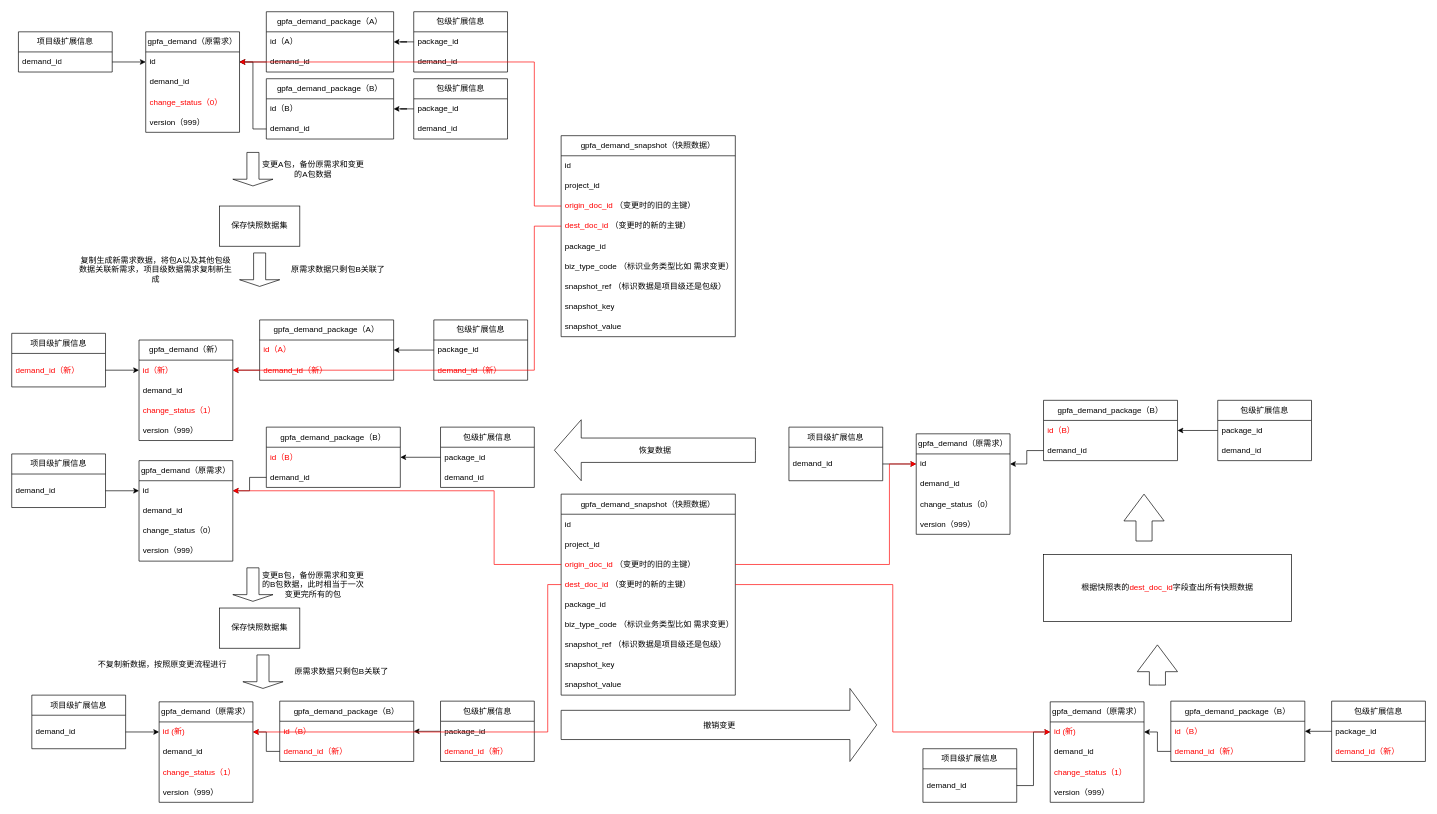
Before: open_modify_not_package.drawio in dernight1/draw.io, a draw.io diagram. Source tidied: cells renumbered, new cells numbered last; positions are measured from the earlier drawing's top-left corner, leaving out a move shared by most shapes. Both pictures are drawn from the tidied source at 67%, with x=0, y=0 at pixel (11, 11).
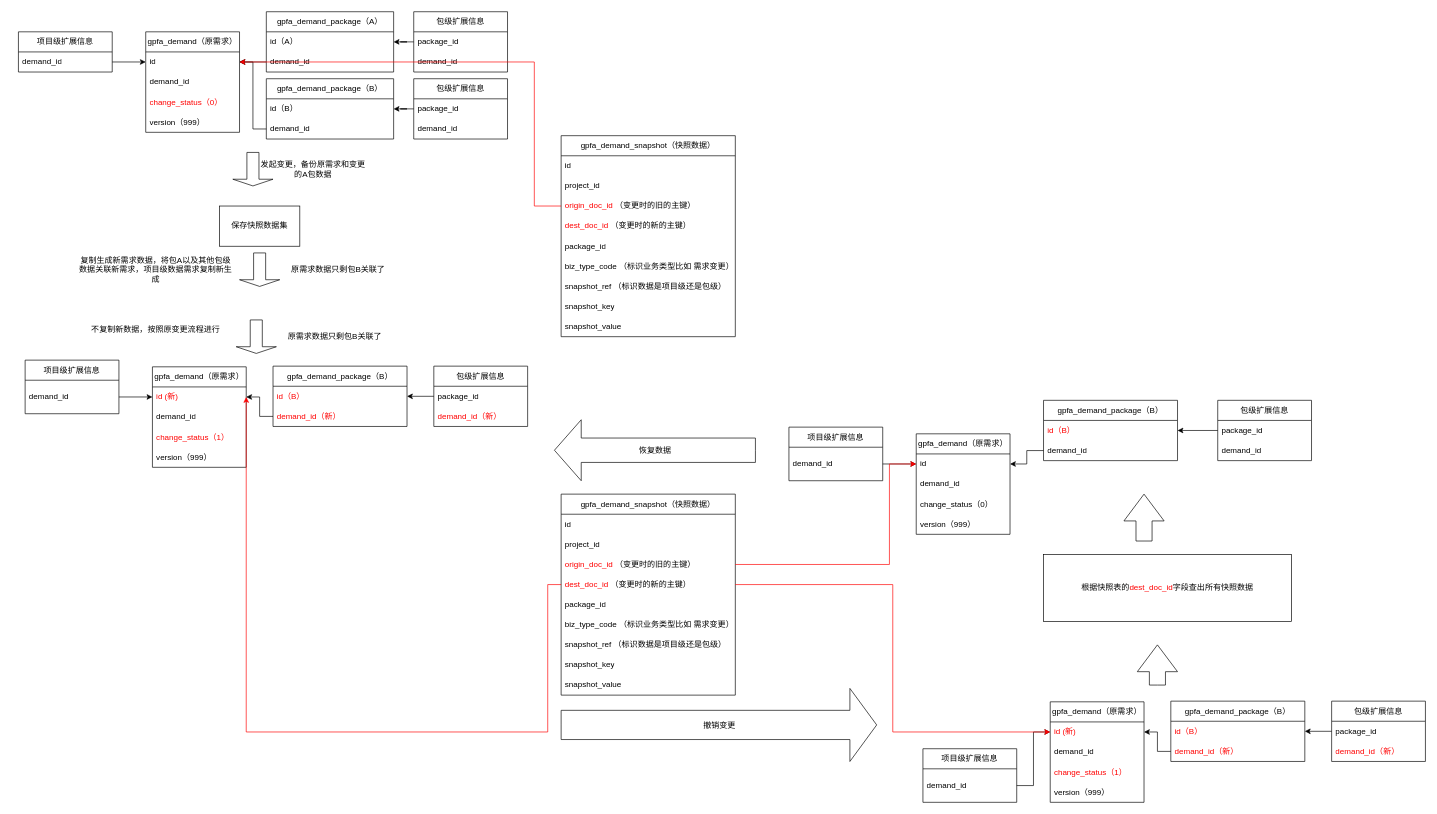
Above is the later version.

The change refers to these unchanged cells:
```xml
<mxCell id="88" value="&lt;font color=&quot;#ff0000&quot;&gt;dest_doc_id&lt;/font&gt; （变更时的新的主键）" style="text;strokeColor=none;fillColor=none;align=left;verticalAlign=middle;spacingLeft=4;spacingRight=4;overflow=hidden;points=[[0,0.5],[1,0.5]];portConstraint=eastwest;whiteSpace=wrap;html=1;" parent="84" vertex="1">
  <mxGeometry y="120" width="260" height="30" as="geometry" />
</mxCell>
<mxCell id="100" value="&lt;font color=&quot;#ff0000&quot;&gt;origin_doc_id&lt;/font&gt; （变更时的旧的主键）" style="text;strokeColor=none;fillColor=none;align=left;verticalAlign=middle;spacingLeft=4;spacingRight=4;overflow=hidden;points=[[0,0.5],[1,0.5]];portConstraint=eastwest;whiteSpace=wrap;html=1;" parent="97" vertex="1">
  <mxGeometry y="90" width="260" height="30" as="geometry" />
</mxCell>
```

Diff of the diagram source:
```diff
@@
-    <mxCell id="18" value="gpfa_demand（新）" style="swimlane;fontStyle=0;horizontal=1;startSize=30;whiteSpace=wrap;html=1;" parent="1" vertex="1">
-      <mxGeometry x="190" y="490" width="140" height="150" as="geometry" />
-    </mxCell>
-    <mxCell id="19" value="&lt;font color=&quot;#ff0000&quot;&gt;id（新）&lt;/font&gt;" style="text;strokeColor=none;fillColor=none;align=left;verticalAlign=middle;spacingLeft=4;spacingRight=4;overflow=hidden;points=[[0,0.5],[1,0.5]];portConstraint=eastwest;whiteSpace=wrap;html=1;" parent="18" vertex="1">
-      <mxGeometry y="30" width="140" height="30" as="geometry" />
-    </mxCell>
-    <mxCell id="20" value="&lt;div&gt;demand_id&lt;/div&gt;" style="text;strokeColor=none;fillColor=none;align=left;verticalAlign=middle;spacingLeft=4;spacingRight=4;overflow=hidden;whiteSpace=wrap;html=1;" parent="18" vertex="1">
-      <mxGeometry y="60" width="140" height="30" as="geometry" />
-    </mxCell>
-    <mxCell id="21" value="&lt;font color=&quot;#ff0000&quot;&gt;change_status（1）&lt;/font&gt;" style="text;strokeColor=none;fillColor=none;align=left;verticalAlign=middle;spacingLeft=4;spacingRight=4;overflow=hidden;whiteSpace=wrap;html=1;" parent="18" vertex="1">
-      <mxGeometry y="90" width="140" height="30" as="geometry" />
-    </mxCell>
-    <mxCell id="22" value="version（999）" style="text;strokeColor=none;fillColor=none;align=left;verticalAlign=middle;spacingLeft=4;spacingRight=4;overflow=hidden;whiteSpace=wrap;html=1;" parent="18" vertex="1">
-      <mxGeometry y="120" width="140" height="30" as="geometry" />
-    </mxCell>
-    <mxCell id="23" value="gpfa_demand_package（A）" style="swimlane;fontStyle=0;horizontal=1;startSize=30;whiteSpace=wrap;html=1;" parent="1" vertex="1">
-      <mxGeometry x="370" y="460" width="200" height="90" as="geometry" />
-    </mxCell>
-    <mxCell id="24" value="&lt;font color=&quot;#ff0000&quot;&gt;id（A）&lt;/font&gt;" style="text;strokeColor=none;fillColor=none;align=left;verticalAlign=middle;spacingLeft=4;spacingRight=4;overflow=hidden;points=[[0,0.5],[1,0.5]];portConstraint=eastwest;whiteSpace=wrap;html=1;" parent="23" vertex="1">
-      <mxGeometry y="30" width="200" height="30" as="geometry" />
-    </mxCell>
-    <mxCell id="25" value="&lt;div&gt;&lt;font color=&quot;#ff0000&quot;&gt;demand_id（新）&lt;/font&gt;&lt;/div&gt;" style="text;strokeColor=none;fillColor=none;align=left;verticalAlign=middle;spacingLeft=4;spacingRight=4;overflow=hidden;points=[[0,0.5],[1,0.5]];portConstraint=eastwest;whiteSpace=wrap;html=1;" parent="23" vertex="1">
-      <mxGeometry y="60" width="200" height="30" as="geometry" />
-    </mxCell>
-    <mxCell id="26" value="包级扩展信息" style="swimlane;fontStyle=0;horizontal=1;startSize=30;whiteSpace=wrap;html=1;" parent="1" vertex="1">
-      <mxGeometry x="630" y="460" width="140" height="90" as="geometry" />
-    </mxCell>
-    <mxCell id="27" value="package_id" style="text;strokeColor=none;fillColor=none;align=left;verticalAlign=middle;spacingLeft=4;spacingRight=4;overflow=hidden;points=[[0,0.5],[1,0.5]];portConstraint=eastwest;whiteSpace=wrap;html=1;" parent="26" vertex="1">
-      <mxGeometry y="30" width="140" height="30" as="geometry" />
-    </mxCell>
-    <mxCell id="28" value="&lt;div&gt;&lt;font color=&quot;#ff0000&quot;&gt;demand_id（新）&lt;/font&gt;&lt;/div&gt;" style="text;strokeColor=none;fillColor=none;align=left;verticalAlign=middle;spacingLeft=4;spacingRight=4;overflow=hidden;whiteSpace=wrap;html=1;" parent="26" vertex="1">
-      <mxGeometry y="60" width="140" height="30" as="geometry" />
-    </mxCell>
-    <mxCell id="29" value="项目级扩展信息" style="swimlane;fontStyle=0;horizontal=1;startSize=30;whiteSpace=wrap;html=1;" parent="1" vertex="1">
-      <mxGeometry y="480" width="140" height="80" as="geometry" />
-    </mxCell>
-    <mxCell id="30" value="&lt;div&gt;&lt;font color=&quot;#ff0000&quot;&gt;demand_id（新）&lt;/font&gt;&lt;/div&gt;" style="text;strokeColor=none;fillColor=none;align=left;verticalAlign=middle;spacingLeft=4;spacingRight=4;overflow=hidden;points=[[0,0.5],[1,0.5]];portConstraint=eastwest;whiteSpace=wrap;html=1;" parent="29" vertex="1">
-      <mxGeometry y="30" width="140" height="50" as="geometry" />
-    </mxCell>
-    <mxCell id="31" style="edgeStyle=orthogonalEdgeStyle;rounded=0;jettySize=auto;html=1;" parent="1" edge="1" source="30" target="19">
-      <mxGeometry relative="1" as="geometry" />
-    </mxCell>
-    <mxCell id="32" style="edgeStyle=orthogonalEdgeStyle;rounded=0;jettySize=auto;html=1;entryX=1;entryY=0.5;entryDx=0;entryDy=0;" parent="1" edge="1" source="25" target="19">
-      <mxGeometry relative="1" as="geometry" />
-    </mxCell>
-    <mxCell id="33" style="edgeStyle=orthogonalEdgeStyle;rounded=0;jettySize=auto;html=1;" parent="1" edge="1" source="27" target="24">
-      <mxGeometry relative="1" as="geometry" />
-    </mxCell>
@@
-    <mxCell id="42" value="gpfa_demand（原需求）" style="swimlane;fontStyle=0;horizontal=1;startSize=30;whiteSpace=wrap;html=1;" parent="1" vertex="1">
-      <mxGeometry x="190" y="670" width="140" height="150" as="geometry" />
-    </mxCell>
-    <mxCell id="43" value="id" style="text;strokeColor=none;fillColor=none;align=left;verticalAlign=middle;spacingLeft=4;spacingRight=4;overflow=hidden;points=[[0,0.5],[1,0.5]];portConstraint=eastwest;whiteSpace=wrap;html=1;" parent="42" vertex="1">
-      <mxGeometry y="30" width="140" height="30" as="geometry" />
-    </mxCell>
-    <mxCell id="44" value="&lt;div&gt;demand_id&lt;/div&gt;" style="text;strokeColor=none;fillColor=none;align=left;verticalAlign=middle;spacingLeft=4;spacingRight=4;overflow=hidden;whiteSpace=wrap;html=1;" parent="42" vertex="1">
-      <mxGeometry y="60" width="140" height="30" as="geometry" />
-    </mxCell>
-    <mxCell id="45" value="change_status（0）" style="text;strokeColor=none;fillColor=none;align=left;verticalAlign=middle;spacingLeft=4;spacingRight=4;overflow=hidden;whiteSpace=wrap;html=1;" parent="42" vertex="1">
-      <mxGeometry y="90" width="140" height="30" as="geometry" />
-    </mxCell>
-    <mxCell id="46" value="version（999）" style="text;strokeColor=none;fillColor=none;align=left;verticalAlign=middle;spacingLeft=4;spacingRight=4;overflow=hidden;whiteSpace=wrap;html=1;" parent="42" vertex="1">
-      <mxGeometry y="120" width="140" height="30" as="geometry" />
-    </mxCell>
-    <mxCell id="47" value="gpfa_demand_package（B）" style="swimlane;fontStyle=0;horizontal=1;startSize=30;whiteSpace=wrap;html=1;" parent="1" vertex="1">
-      <mxGeometry x="380" y="620" width="200" height="90" as="geometry" />
-    </mxCell>
-    <mxCell id="48" value="&lt;font color=&quot;#ff0000&quot;&gt;id（B）&lt;/font&gt;" style="text;strokeColor=none;fillColor=none;align=left;verticalAlign=middle;spacingLeft=4;spacingRight=4;overflow=hidden;points=[[0,0.5],[1,0.5]];portConstraint=eastwest;whiteSpace=wrap;html=1;" parent="47" vertex="1">
-      <mxGeometry y="30" width="200" height="30" as="geometry" />
-    </mxCell>
-    <mxCell id="49" value="&lt;div&gt;demand_id&lt;/div&gt;" style="text;strokeColor=none;fillColor=none;align=left;verticalAlign=middle;spacingLeft=4;spacingRight=4;overflow=hidden;points=[[0,0.5],[1,0.5]];portConstraint=eastwest;whiteSpace=wrap;html=1;" parent="47" vertex="1">
-      <mxGeometry y="60" width="200" height="30" as="geometry" />
-    </mxCell>
-    <mxCell id="50" value="包级扩展信息" style="swimlane;fontStyle=0;horizontal=1;startSize=30;whiteSpace=wrap;html=1;" parent="1" vertex="1">
-      <mxGeometry x="640" y="620" width="140" height="90" as="geometry" />
-    </mxCell>
-    <mxCell id="51" value="package_id" style="text;strokeColor=none;fillColor=none;align=left;verticalAlign=middle;spacingLeft=4;spacingRight=4;overflow=hidden;points=[[0,0.5],[1,0.5]];portConstraint=eastwest;whiteSpace=wrap;html=1;" parent="50" vertex="1">
-      <mxGeometry y="30" width="140" height="30" as="geometry" />
-    </mxCell>
-    <mxCell id="52" value="&lt;div&gt;demand_id&lt;/div&gt;" style="text;strokeColor=none;fillColor=none;align=left;verticalAlign=middle;spacingLeft=4;spacingRight=4;overflow=hidden;whiteSpace=wrap;html=1;" parent="50" vertex="1">
-      <mxGeometry y="60" width="140" height="30" as="geometry" />
-    </mxCell>
-    <mxCell id="53" value="项目级扩展信息" style="swimlane;fontStyle=0;horizontal=1;startSize=30;whiteSpace=wrap;html=1;" parent="1" vertex="1">
-      <mxGeometry y="660" width="140" height="80" as="geometry" />
-    </mxCell>
-    <mxCell id="54" value="&lt;div&gt;demand_id&lt;/div&gt;" style="text;strokeColor=none;fillColor=none;align=left;verticalAlign=middle;spacingLeft=4;spacingRight=4;overflow=hidden;points=[[0,0.5],[1,0.5]];portConstraint=eastwest;whiteSpace=wrap;html=1;" parent="53" vertex="1">
-      <mxGeometry y="30" width="140" height="50" as="geometry" />
-    </mxCell>
-    <mxCell id="55" style="edgeStyle=orthogonalEdgeStyle;rounded=0;jettySize=auto;html=1;" parent="1" edge="1" source="54" target="43">
-      <mxGeometry relative="1" as="geometry" />
-    </mxCell>
-    <mxCell id="56" style="edgeStyle=orthogonalEdgeStyle;rounded=0;jettySize=auto;html=1;entryX=1;entryY=0.5;entryDx=0;entryDy=0;" parent="1" edge="1" source="49" target="43">
-      <mxGeometry relative="1" as="geometry" />
-    </mxCell>
-    <mxCell id="57" style="edgeStyle=orthogonalEdgeStyle;rounded=0;jettySize=auto;html=1;" parent="1" edge="1" source="51" target="48">
-      <mxGeometry relative="1" as="geometry" />
-    </mxCell>
@@
-    <mxCell id="60" value="变更A包，备份原需求和变更的A包数据" style="text;html=1;align=center;verticalAlign=middle;whiteSpace=wrap;rounded=0;" parent="1" vertex="1">
+    <mxCell id="60" value="发起变更，备份原需求和变更的A包数据" style="text;html=1;align=center;verticalAlign=middle;whiteSpace=wrap;rounded=0;" parent="1" vertex="1">
       <mxGeometry x="370" y="220" width="160" height="30" as="geometry" />
     </mxCell>
@@
-    <mxCell id="63" style="shape=singleArrow;direction=south;whiteSpace=wrap;html=1;" parent="1" vertex="1">
-      <mxGeometry x="330" y="830" width="60" height="50" as="geometry" />
-    </mxCell>
-    <mxCell id="64" value="变更B包，备份原需求和变更的B包数据，此时相当于一次变更完所有的包" style="text;html=1;align=center;verticalAlign=middle;whiteSpace=wrap;rounded=0;" parent="1" vertex="1">
-      <mxGeometry x="370" y="840" width="160" height="30" as="geometry" />
-    </mxCell>
     <mxCell id="65" value="gpfa_demand（原需求）" style="swimlane;fontStyle=0;horizontal=1;startSize=30;whiteSpace=wrap;html=1;" parent="1" vertex="1">
-      <mxGeometry x="220" y="1030" width="140" height="150" as="geometry" />
+      <mxGeometry x="210" y="530" width="140" height="150" as="geometry" />
     </mxCell>
@@
     <mxCell id="70" value="gpfa_demand_package（B）" style="swimlane;fontStyle=0;horizontal=1;startSize=30;whiteSpace=wrap;html=1;" parent="1" vertex="1">
-      <mxGeometry x="400" y="1029" width="200" height="90" as="geometry" />
+      <mxGeometry x="390" y="529" width="200" height="90" as="geometry" />
     </mxCell>
@@
     <mxCell id="73" value="包级扩展信息" style="swimlane;fontStyle=0;horizontal=1;startSize=30;whiteSpace=wrap;html=1;" parent="1" vertex="1">
-      <mxGeometry x="640" y="1029" width="140" height="90" as="geometry" />
+      <mxGeometry x="630" y="529" width="140" height="90" as="geometry" />
     </mxCell>
@@
     <mxCell id="76" value="项目级扩展信息" style="swimlane;fontStyle=0;horizontal=1;startSize=30;whiteSpace=wrap;html=1;" parent="1" vertex="1">
-      <mxGeometry x="30" y="1020" width="140" height="80" as="geometry" />
+      <mxGeometry x="20" y="520" width="140" height="80" as="geometry" />
     </mxCell>
@@
     <mxCell id="81" style="shape=singleArrow;direction=south;whiteSpace=wrap;html=1;" parent="1" vertex="1">
-      <mxGeometry x="345" y="960" width="60" height="50" as="geometry" />
+      <mxGeometry x="335" y="460" width="60" height="50" as="geometry" />
     </mxCell>
     <mxCell id="82" value="不复制新数据，按照原变更流程进行" style="text;html=1;align=center;verticalAlign=middle;whiteSpace=wrap;rounded=0;" parent="1" vertex="1">
-      <mxGeometry x="110" y="950" width="230" height="50" as="geometry" />
+      <mxGeometry x="100" y="450" width="230" height="50" as="geometry" />
     </mxCell>
     <mxCell id="83" value="原需求数据只剩包B关联了" style="text;html=1;align=center;verticalAlign=middle;whiteSpace=wrap;rounded=0;" parent="1" vertex="1">
-      <mxGeometry x="415" y="960" width="155" height="50" as="geometry" />
+      <mxGeometry x="405" y="460" width="155" height="50" as="geometry" />
     </mxCell>
@@
-    <mxCell id="95" style="edgeStyle=orthogonalEdgeStyle;rounded=0;jettySize=auto;html=1;exitX=0;exitY=0.5;exitDx=0;exitDy=0;entryX=1;entryY=0.5;entryDx=0;entryDy=0;strokeColor=#ff0000;" parent="1" edge="1" source="88" target="19">
-      <mxGeometry relative="1" as="geometry">
-        <Array as="points">
-          <mxPoint x="780" y="320" />
-          <mxPoint x="780" y="535" />
-        </Array>
-      </mxGeometry>
-    </mxCell>
@@
-    <mxCell id="107" value="保存快照数据集" style="rounded=0;whiteSpace=wrap;html=1;" parent="1" vertex="1">
-      <mxGeometry x="310" y="890" width="120" height="60" as="geometry" />
-    </mxCell>
@@
-    <mxCell id="144" style="edgeStyle=orthogonalEdgeStyle;rounded=0;jettySize=auto;html=1;exitX=0;exitY=0.5;exitDx=0;exitDy=0;entryX=1;entryY=0.5;entryDx=0;entryDy=0;strokeColor=#ff0000;" parent="1" edge="1" source="100" target="43">
-      <mxGeometry relative="1" as="geometry">
-        <Array as="points">
-          <mxPoint x="720" y="825" />
-          <mxPoint x="720" y="715" />
-        </Array>
-      </mxGeometry>
-    </mxCell>
```
